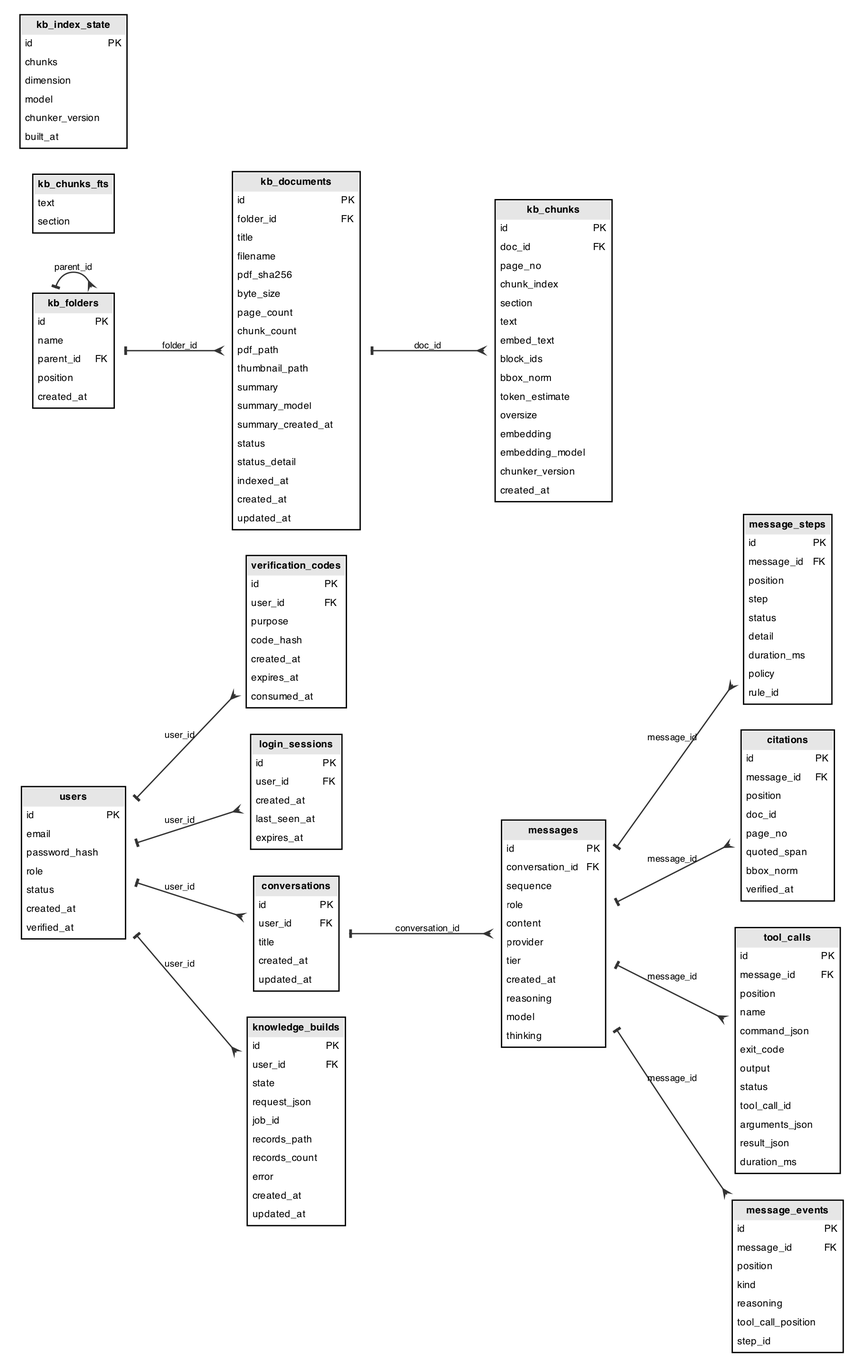
Kane-LI-0114/verifiable-tutor keeps this Graphviz diagram as docs/figures/physical-db.png. Above is the earlier version. Its source is kept beside it as docs/figures/physical-db.dot.
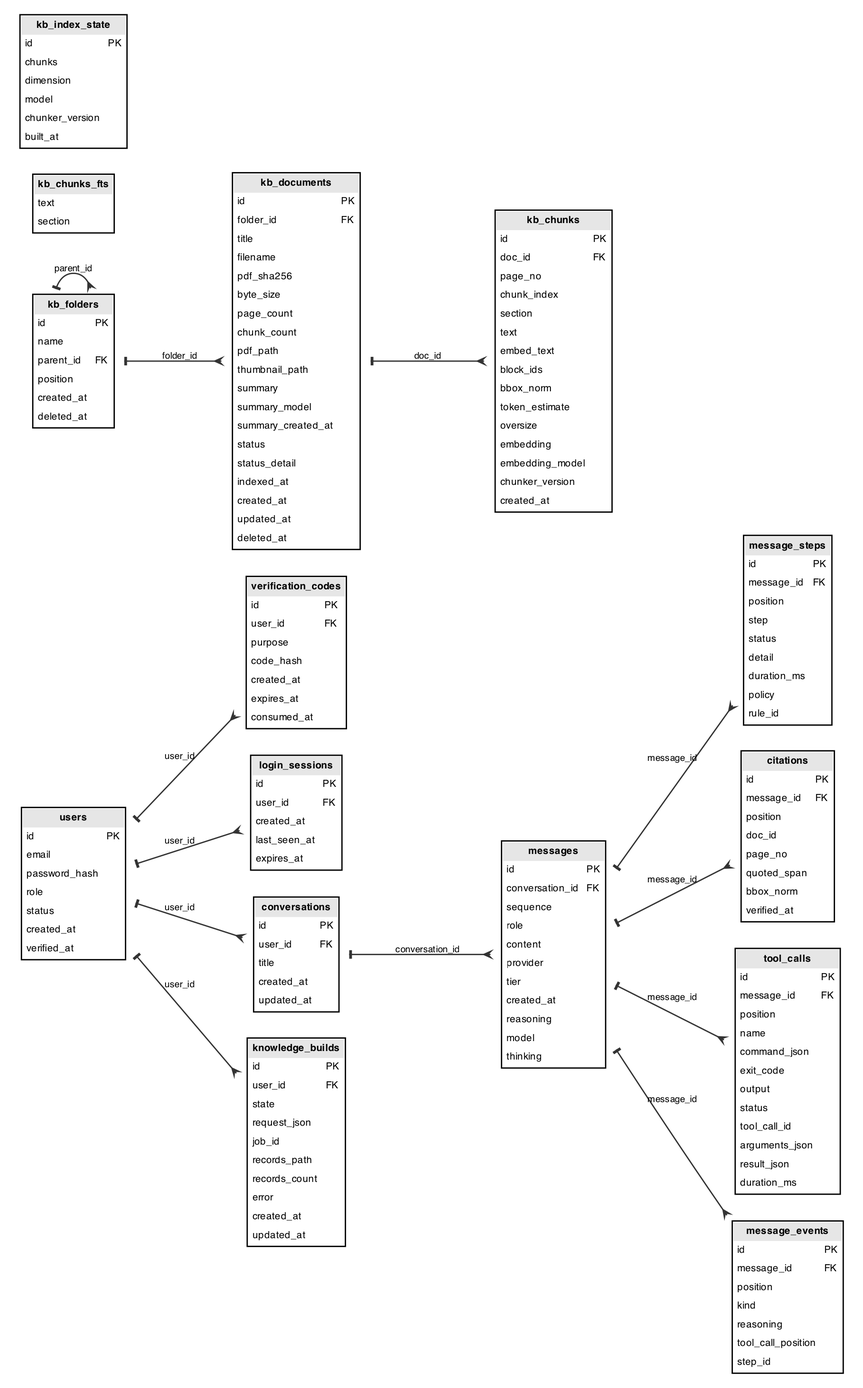
After the commit.

The edit, as a diff of the source:
```diff
@@ -122,6 +122,7 @@
       <TR><TD ALIGN="LEFT">parent_id</TD><TD ALIGN="LEFT">FK</TD></TR>
       <TR><TD ALIGN="LEFT">position</TD><TD ALIGN="LEFT"></TD></TR>
       <TR><TD ALIGN="LEFT">created_at</TD><TD ALIGN="LEFT"></TD></TR>
+      <TR><TD ALIGN="LEFT">deleted_at</TD><TD ALIGN="LEFT"></TD></TR>
     </TABLE>>];
   kb_documents [label=<<TABLE BORDER="1" CELLBORDER="0" CELLSPACING="0" CELLPADDING="3" BGCOLOR="white">
       <TR><TD BGCOLOR="#e6e6e6" COLSPAN="2"><B>kb_documents</B></TD></TR>
@@ -143,6 +144,7 @@
       <TR><TD ALIGN="LEFT">indexed_at</TD><TD ALIGN="LEFT"></TD></TR>
       <TR><TD ALIGN="LEFT">created_at</TD><TD ALIGN="LEFT"></TD></TR>
       <TR><TD ALIGN="LEFT">updated_at</TD><TD ALIGN="LEFT"></TD></TR>
+      <TR><TD ALIGN="LEFT">deleted_at</TD><TD ALIGN="LEFT"></TD></TR>
     </TABLE>>];
   kb_chunks [label=<<TABLE BORDER="1" CELLBORDER="0" CELLSPACING="0" CELLPADDING="3" BGCOLOR="white">
       <TR><TD BGCOLOR="#e6e6e6" COLSPAN="2"><B>kb_chunks</B></TD></TR>
```
